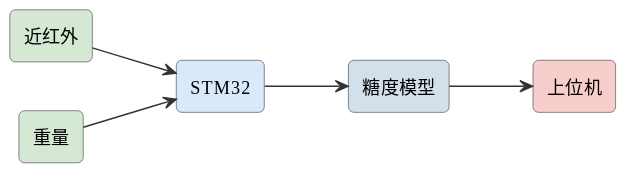
Earlier version of the PlantUML export assets/diagrams/ideas-fig19.svg (mingyi0818/IntelligentMcuCourse). Its diagram source:
```plantuml
@startuml
skinparam defaultFontName "Microsoft YaHei"
skinparam rectangleRoundCorner 8
skinparam rectangleBorderColor #555
skinparam rectangleFontSize 13
skinparam arrowFontSize 11
skinparam arrowColor #333
left to right direction
rectangle "近红外" as nir #d5e8d4
rectangle "重量" as w #d5e8d4
rectangle "STM32" as stm #dae8fc
rectangle "糖度模型" as ai #d3e0ea
rectangle "上位机" as pc #f8cecc
nir --> stm
w --> stm
stm --> ai
ai --> pc
@enduml
```
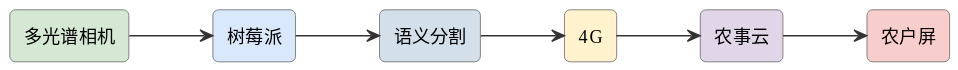
Above is the later version.

Diff of the diagram source:
```diff
@@ -6,13 +6,15 @@
 skinparam arrowFontSize 11
 skinparam arrowColor #333
 left to right direction
-rectangle "近红外" as nir #d5e8d4
-rectangle "重量" as w #d5e8d4
-rectangle "STM32" as stm #dae8fc
-rectangle "糖度模型" as ai #d3e0ea
-rectangle "上位机" as pc #f8cecc
-nir --> stm
-w --> stm
-stm --> ai
-ai --> pc
+rectangle "多光谱相机" as cam #d5e8d4
+rectangle "树莓派" as pi #dae8fc
+rectangle "语义分割" as ai #d3e0ea
+rectangle "4G" as g #fff2cc
+rectangle "农事云" as cloud #e1d5e8
+rectangle "农户屏" as scr #f8cecc
+cam --> pi
+pi --> ai
+ai --> g
+g --> cloud
+cloud --> scr
 @enduml
```
